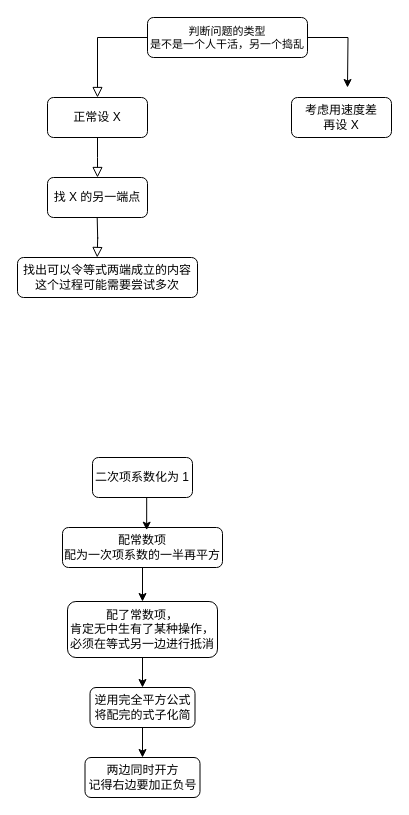
Earlier version of the draw.io diagram 一元一次方程的应用.drawio (sunplanter/Diagram). Source tidied: cells renumbered, new cells numbered last; positions are measured from the earlier drawing's top-left corner, leaving out a move shared by most shapes. Both pictures are drawn from the tidied source at 100%, with x=0, y=0 at pixel (17, 17).
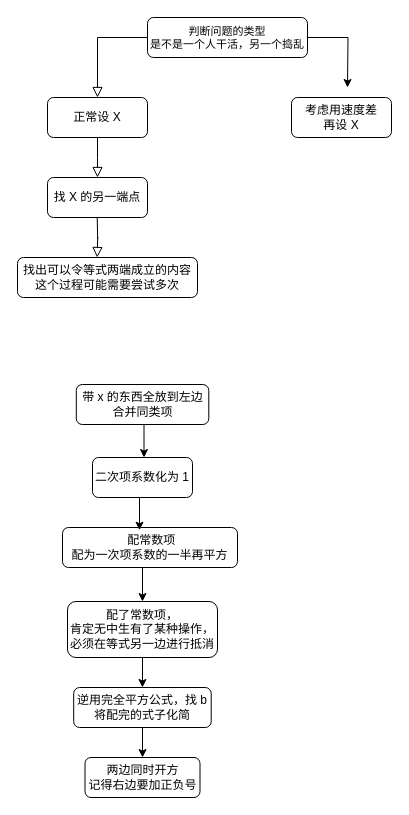
After the change.

Commit message:
更新一元一次方程的应用.drawio

The change refers to these unchanged cells:
```xml
<mxCell id="15" value="二次项系数化为 1" style="rounded=1;whiteSpace=wrap;html=1;fontSize=12;glass=0;strokeWidth=1;shadow=0;" parent="1" vertex="1">
  <mxGeometry x="75" y="440" width="100" height="40" as="geometry" />
</mxCell>
```

The edit, as a diff of the source:
```diff
@@
-    <mxCell id="12" value="配常数项&lt;div&gt;配为一次项系数的一半再平方&lt;/div&gt;" style="rounded=1;whiteSpace=wrap;html=1;fontSize=12;glass=0;strokeWidth=1;shadow=0;" parent="1" vertex="1">
-      <mxGeometry x="45" y="510" width="160" height="40" as="geometry" />
+    <mxCell id="12" value="&lt;div&gt;&amp;nbsp;配常数项&lt;/div&gt;&lt;div&gt;配为一次项系数的一半再平方&lt;/div&gt;" style="rounded=1;whiteSpace=wrap;html=1;fontSize=12;glass=0;strokeWidth=1;shadow=0;" parent="1" vertex="1">
+      <mxGeometry x="45" y="510" width="175" height="40" as="geometry" />
     </mxCell>
@@
-    <mxCell id="16" value="逆用完全平方公式将配完的式子化简" style="rounded=1;whiteSpace=wrap;html=1;fontSize=12;glass=0;strokeWidth=1;shadow=0;" parent="1" vertex="1">
-      <mxGeometry x="72.5" y="670" width="105" height="40" as="geometry" />
+    <mxCell id="16" value="逆用完全平方公式，找 b&lt;div&gt;将配完的式子化简&lt;/div&gt;" style="rounded=1;whiteSpace=wrap;html=1;fontSize=12;glass=0;strokeWidth=1;shadow=0;" parent="1" vertex="1">
+      <mxGeometry x="56.2" y="670" width="137.5" height="40" as="geometry" />
     </mxCell>
@@
-    <mxCell id="19" style="edgeStyle=orthogonalEdgeStyle;rounded=0;jettySize=auto;html=1;exitX=0.5;exitY=1;exitDx=0;exitDy=0;entryX=0.526;entryY=0.067;entryDx=0;entryDy=0;entryPerimeter=0;" parent="1" edge="1" source="15" target="12">
-      <mxGeometry relative="1" as="geometry" />
+    <mxCell id="19" style="edgeStyle=orthogonalEdgeStyle;rounded=0;orthogonalLoop=1;jettySize=auto;html=1;exitX=0.5;exitY=1;exitDx=0;exitDy=0;entryX=0.526;entryY=0.067;entryDx=0;entryDy=0;entryPerimeter=0;" parent="1" edge="1">
+      <mxGeometry relative="1" as="geometry">
+        <mxPoint x="110" y="480" as="sourcePoint" />
+        <mxPoint x="122" y="512.7" as="targetPoint" />
+        <Array as="points">
+          <mxPoint x="122" y="480" />
+        </Array>
+      </mxGeometry>
     </mxCell>
+    <mxCell id="20" value="带 x 的东西全放到左边&lt;div&gt;合并同类项&lt;/div&gt;" style="rounded=1;whiteSpace=wrap;html=1;fontSize=12;glass=0;strokeWidth=1;shadow=0;" parent="1" vertex="1">
+      <mxGeometry x="58.8" y="367" width="132.5" height="40" as="geometry" />
+    </mxCell>
+    <mxCell id="21" style="edgeStyle=orthogonalEdgeStyle;rounded=0;jettySize=auto;html=1;exitX=0.5;exitY=1;exitDx=0;exitDy=0;entryX=0.526;entryY=0.067;entryDx=0;entryDy=0;entryPerimeter=0;" parent="1" edge="1" source="20">
+      <mxGeometry relative="1" as="geometry">
+        <mxPoint x="126.5" y="440" as="targetPoint" />
+      </mxGeometry>
+    </mxCell>
```
